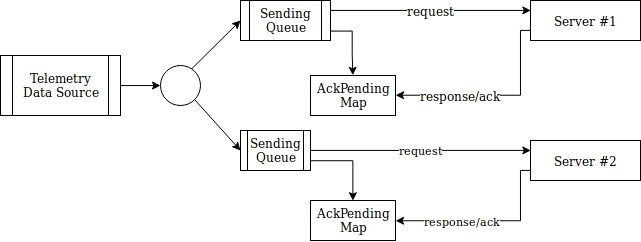
The draw.io diagram text/images/otlp-multi-destination.png in open-telemetry/oteps, before a commit. Source tidied: cells renumbered, new cells last; positions are measured from the earlier drawing's top-left corner, leaving out a move shared by most shapes. Source of this version:
```xml
<mxGraphModel>
  <root>
    <mxCell id="0" />
    <mxCell id="1" parent="0" />
    <mxCell id="2" style="edgeStyle=orthogonalEdgeStyle;rounded=0;jettySize=auto;html=1;exitX=1;exitY=0.5;exitDx=0;exitDy=0;entryX=0;entryY=0.5;entryDx=0;entryDy=0;" parent="1" edge="1" source="3" target="6">
      <mxGeometry relative="1" as="geometry" />
    </mxCell>
    <mxCell id="3" value="Telemetry Data Source" style="shape=process;whiteSpace=wrap;html=1;backgroundOutline=1;" parent="1" vertex="1">
      <mxGeometry y="55" width="120" height="60" as="geometry" />
    </mxCell>
    <mxCell id="4" style="edgeStyle=none;rounded=0;jettySize=auto;html=1;exitX=0.758;exitY=0.105;exitDx=0;exitDy=0;entryX=0;entryY=0.5;entryDx=0;entryDy=0;exitPerimeter=0;" parent="1" edge="1" source="6" target="8">
      <mxGeometry relative="1" as="geometry" />
    </mxCell>
    <mxCell id="5" style="rounded=0;jettySize=auto;html=1;exitX=1;exitY=1;exitDx=0;exitDy=0;entryX=0;entryY=0.5;entryDx=0;entryDy=0;" parent="1" edge="1" source="6" target="13">
      <mxGeometry relative="1" as="geometry" />
    </mxCell>
    <mxCell id="6" style="ellipse;whiteSpace=wrap;html=1;" parent="1" vertex="1">
      <mxGeometry x="160" y="65" width="40" height="40" as="geometry" />
    </mxCell>
    <mxCell id="7" value="&lt;font style=&quot;font-size: 12px&quot;&gt;request&lt;/font&gt;" style="edgeStyle=orthogonalEdgeStyle;rounded=0;jettySize=auto;html=1;exitX=1;exitY=0.25;exitDx=0;exitDy=0;entryX=0;entryY=0.25;entryDx=0;entryDy=0;fontSize=15;" parent="1" edge="1" source="8" target="10">
      <mxGeometry relative="1" as="geometry" />
    </mxCell>
    <mxCell id="8" value="Sending Queue" style="shape=process;whiteSpace=wrap;html=1;backgroundOutline=1;" parent="1" vertex="1">
      <mxGeometry x="240" width="90" height="40" as="geometry" />
    </mxCell>
    <mxCell id="9" value="&lt;font style=&quot;font-size: 12px&quot;&gt;response/ack&lt;/font&gt;" style="edgeStyle=orthogonalEdgeStyle;rounded=0;jettySize=auto;html=1;exitX=0;exitY=0.75;exitDx=0;exitDy=0;entryX=1;entryY=0.5;entryDx=0;entryDy=0;fontSize=15;" parent="1" edge="1" source="10" target="17">
      <mxGeometry x="0.35" relative="1" as="geometry">
        <Array as="points">
          <mxPoint x="520" y="30" />
          <mxPoint x="520" y="95" />
        </Array>
      </mxGeometry>
    </mxCell>
    <mxCell id="10" value="Server #1" style="rounded=0;whiteSpace=wrap;html=1;" parent="1" vertex="1">
      <mxGeometry x="530" width="110" height="40" as="geometry" />
    </mxCell>
    <mxCell id="11" value="request" style="edgeStyle=orthogonalEdgeStyle;rounded=0;jettySize=auto;html=1;exitX=1;exitY=0.5;exitDx=0;exitDy=0;entryX=0;entryY=0.25;entryDx=0;entryDy=0;" parent="1" edge="1" source="13" target="15">
      <mxGeometry relative="1" as="geometry" />
    </mxCell>
    <mxCell id="12" style="edgeStyle=orthogonalEdgeStyle;rounded=0;jettySize=auto;html=1;exitX=1;exitY=0.75;exitDx=0;exitDy=0;entryX=0.5;entryY=0;entryDx=0;entryDy=0;" parent="1" edge="1" source="13" target="16">
      <mxGeometry relative="1" as="geometry" />
    </mxCell>
    <mxCell id="13" value="Sending Queue" style="shape=process;whiteSpace=wrap;html=1;backgroundOutline=1;" parent="1" vertex="1">
      <mxGeometry x="240" y="130" width="70" height="40" as="geometry" />
    </mxCell>
    <mxCell id="14" value="response/ack" style="edgeStyle=orthogonalEdgeStyle;rounded=0;jettySize=auto;html=1;exitX=0;exitY=0.75;exitDx=0;exitDy=0;entryX=1;entryY=0.5;entryDx=0;entryDy=0;" parent="1" edge="1" source="15" target="16">
      <mxGeometry x="0.28" relative="1" as="geometry">
        <Array as="points">
          <mxPoint x="520" y="170" />
          <mxPoint x="520" y="220" />
        </Array>
      </mxGeometry>
    </mxCell>
    <mxCell id="15" value="Server #2" style="rounded=0;whiteSpace=wrap;html=1;" parent="1" vertex="1">
      <mxGeometry x="530" y="140" width="110" height="40" as="geometry" />
    </mxCell>
    <mxCell id="16" value="AckPending Map" style="rounded=0;whiteSpace=wrap;html=1;" parent="1" vertex="1">
      <mxGeometry x="310" y="200" width="85" height="40" as="geometry" />
    </mxCell>
    <mxCell id="17" value="AckPending Map" style="rounded=0;whiteSpace=wrap;html=1;" parent="1" vertex="1">
      <mxGeometry x="310" y="75" width="85" height="40" as="geometry" />
    </mxCell>
    <mxCell id="18" style="edgeStyle=orthogonalEdgeStyle;rounded=0;jettySize=auto;html=1;exitX=1;exitY=0.75;exitDx=0;exitDy=0;entryX=0.5;entryY=0;entryDx=0;entryDy=0;" parent="1" edge="1" target="17">
      <mxGeometry relative="1" as="geometry">
        <mxPoint x="329.8" y="30.2" as="sourcePoint" />
        <Array as="points">
          <mxPoint x="352" y="31" />
          <mxPoint x="352" y="53" />
        </Array>
      </mxGeometry>
    </mxCell>
  </root>
</mxGraphModel>
```
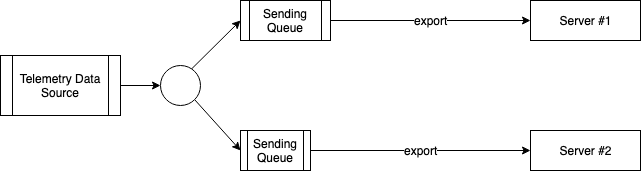
The same diagram one commit later.

Change to the diagram source:
```diff
@@ -17,57 +17,23 @@
     <mxCell id="6" style="ellipse;whiteSpace=wrap;html=1;" parent="1" vertex="1">
       <mxGeometry x="160" y="65" width="40" height="40" as="geometry" />
     </mxCell>
-    <mxCell id="7" value="&lt;font style=&quot;font-size: 12px&quot;&gt;request&lt;/font&gt;" style="edgeStyle=orthogonalEdgeStyle;rounded=0;jettySize=auto;html=1;exitX=1;exitY=0.25;exitDx=0;exitDy=0;entryX=0;entryY=0.25;entryDx=0;entryDy=0;fontSize=15;" parent="1" edge="1" source="8" target="10">
+    <mxCell id="7" value="export" style="edgeStyle=orthogonalEdgeStyle;rounded=0;jettySize=auto;html=1;exitX=1;exitY=0.5;exitDx=0;exitDy=0;entryX=0;entryY=0.5;entryDx=0;entryDy=0;fontSize=12;" parent="1" edge="1" source="8" target="10">
       <mxGeometry relative="1" as="geometry" />
     </mxCell>
     <mxCell id="8" value="Sending Queue" style="shape=process;whiteSpace=wrap;html=1;backgroundOutline=1;" parent="1" vertex="1">
       <mxGeometry x="240" width="90" height="40" as="geometry" />
     </mxCell>
-    <mxCell id="9" value="&lt;font style=&quot;font-size: 12px&quot;&gt;response/ack&lt;/font&gt;" style="edgeStyle=orthogonalEdgeStyle;rounded=0;jettySize=auto;html=1;exitX=0;exitY=0.75;exitDx=0;exitDy=0;entryX=1;entryY=0.5;entryDx=0;entryDy=0;fontSize=15;" parent="1" edge="1" source="10" target="17">
-      <mxGeometry x="0.35" relative="1" as="geometry">
-        <Array as="points">
-          <mxPoint x="520" y="30" />
-          <mxPoint x="520" y="95" />
-        </Array>
-      </mxGeometry>
-    </mxCell>
     <mxCell id="10" value="Server #1" style="rounded=0;whiteSpace=wrap;html=1;" parent="1" vertex="1">
       <mxGeometry x="530" width="110" height="40" as="geometry" />
     </mxCell>
-    <mxCell id="11" value="request" style="edgeStyle=orthogonalEdgeStyle;rounded=0;jettySize=auto;html=1;exitX=1;exitY=0.5;exitDx=0;exitDy=0;entryX=0;entryY=0.25;entryDx=0;entryDy=0;" parent="1" edge="1" source="13" target="15">
+    <mxCell id="11" value="export" style="edgeStyle=orthogonalEdgeStyle;rounded=0;jettySize=auto;html=1;exitX=1;exitY=0.5;exitDx=0;exitDy=0;entryX=0;entryY=0.5;entryDx=0;entryDy=0;fontSize=12;" parent="1" edge="1" source="13" target="15">
       <mxGeometry relative="1" as="geometry" />
     </mxCell>
-    <mxCell id="12" style="edgeStyle=orthogonalEdgeStyle;rounded=0;jettySize=auto;html=1;exitX=1;exitY=0.75;exitDx=0;exitDy=0;entryX=0.5;entryY=0;entryDx=0;entryDy=0;" parent="1" edge="1" source="13" target="16">
-      <mxGeometry relative="1" as="geometry" />
-    </mxCell>
     <mxCell id="13" value="Sending Queue" style="shape=process;whiteSpace=wrap;html=1;backgroundOutline=1;" parent="1" vertex="1">
       <mxGeometry x="240" y="130" width="70" height="40" as="geometry" />
     </mxCell>
-    <mxCell id="14" value="response/ack" style="edgeStyle=orthogonalEdgeStyle;rounded=0;jettySize=auto;html=1;exitX=0;exitY=0.75;exitDx=0;exitDy=0;entryX=1;entryY=0.5;entryDx=0;entryDy=0;" parent="1" edge="1" source="15" target="16">
-      <mxGeometry x="0.28" relative="1" as="geometry">
-        <Array as="points">
-          <mxPoint x="520" y="170" />
-          <mxPoint x="520" y="220" />
-        </Array>
-      </mxGeometry>
-    </mxCell>
     <mxCell id="15" value="Server #2" style="rounded=0;whiteSpace=wrap;html=1;" parent="1" vertex="1">
-      <mxGeometry x="530" y="140" width="110" height="40" as="geometry" />
+      <mxGeometry x="530" y="130" width="110" height="40" as="geometry" />
     </mxCell>
-    <mxCell id="16" value="AckPending Map" style="rounded=0;whiteSpace=wrap;html=1;" parent="1" vertex="1">
-      <mxGeometry x="310" y="200" width="85" height="40" as="geometry" />
-    </mxCell>
-    <mxCell id="17" value="AckPending Map" style="rounded=0;whiteSpace=wrap;html=1;" parent="1" vertex="1">
-      <mxGeometry x="310" y="75" width="85" height="40" as="geometry" />
-    </mxCell>
-    <mxCell id="18" style="edgeStyle=orthogonalEdgeStyle;rounded=0;jettySize=auto;html=1;exitX=1;exitY=0.75;exitDx=0;exitDy=0;entryX=0.5;entryY=0;entryDx=0;entryDy=0;" parent="1" edge="1" target="17">
-      <mxGeometry relative="1" as="geometry">
-        <mxPoint x="329.8" y="30.2" as="sourcePoint" />
-        <Array as="points">
-          <mxPoint x="352" y="31" />
-          <mxPoint x="352" y="53" />
-        </Array>
-      </mxGeometry>
-    </mxCell>
   </root>
 </mxGraphModel>
```
